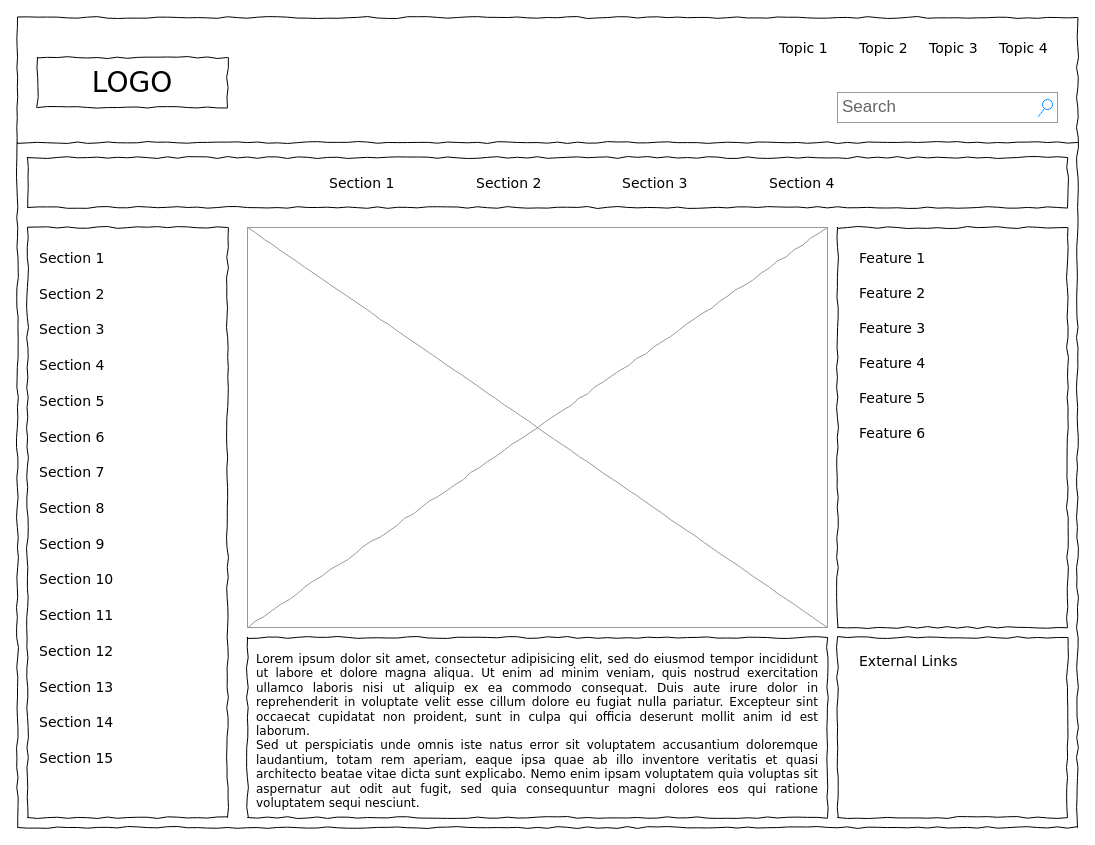
This is Diseno de Interfaz de Instrucciones.drawio from puyojulian/MiniProyecto1FPOE, a draw.io file, before an edit. Source tidied: cells renumbered, new cells numbered last; positions are measured from the earlier drawing's top-left corner, leaving out a move shared by most shapes. Both pictures are drawn from the tidied source at 100%, with x=0, y=0 at pixel (17, 17).
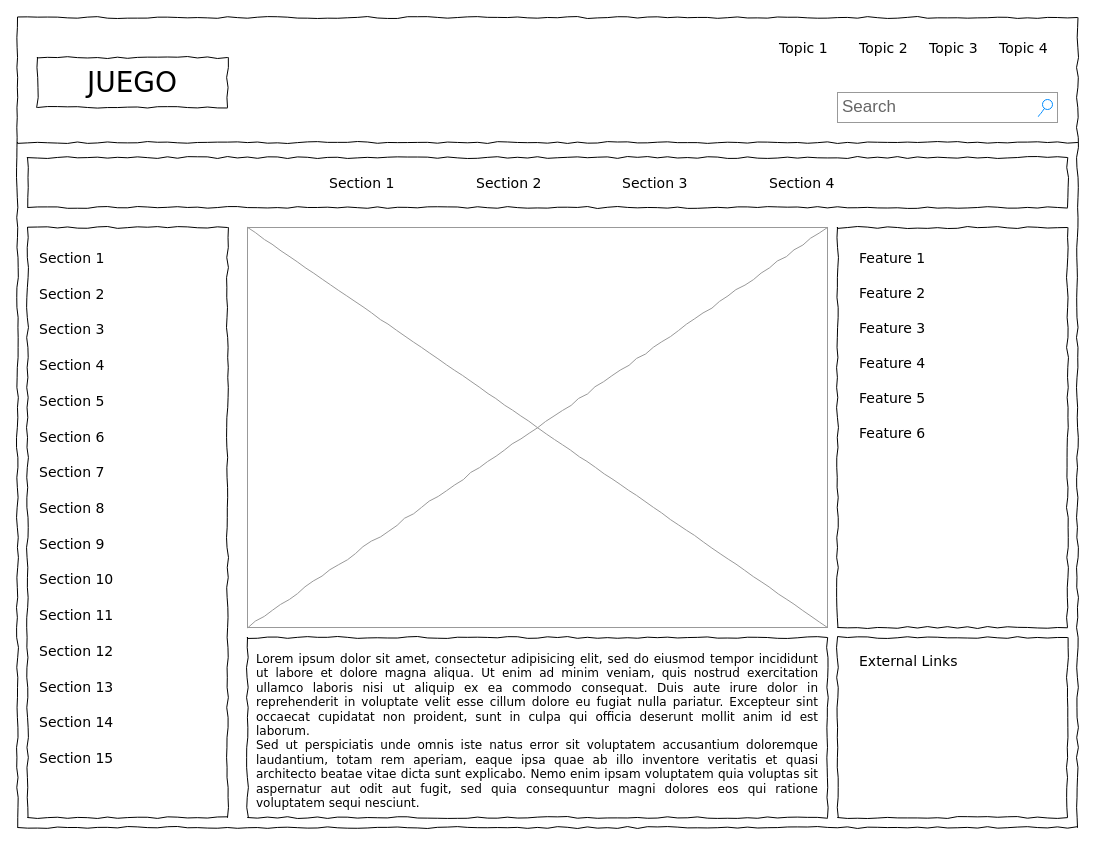
Above is the later version.

Commit message:
prueba versionamiento

Diff of the diagram source:
```diff
@@
-    <mxCell id="3" value="LOGO" style="whiteSpace=wrap;html=1;rounded=0;shadow=0;labelBackgroundColor=none;strokeWidth=1;fontFamily=Verdana;fontSize=28;align=center;comic=1;" parent="1" vertex="1">
+    <mxCell id="3" value="JUEGO" style="whiteSpace=wrap;html=1;rounded=0;shadow=0;labelBackgroundColor=none;strokeWidth=1;fontFamily=Verdana;fontSize=28;align=center;comic=1;" parent="1" vertex="1">
       <mxGeometry x="20" y="40" width="190" height="50" as="geometry" />
     </mxCell>
```
